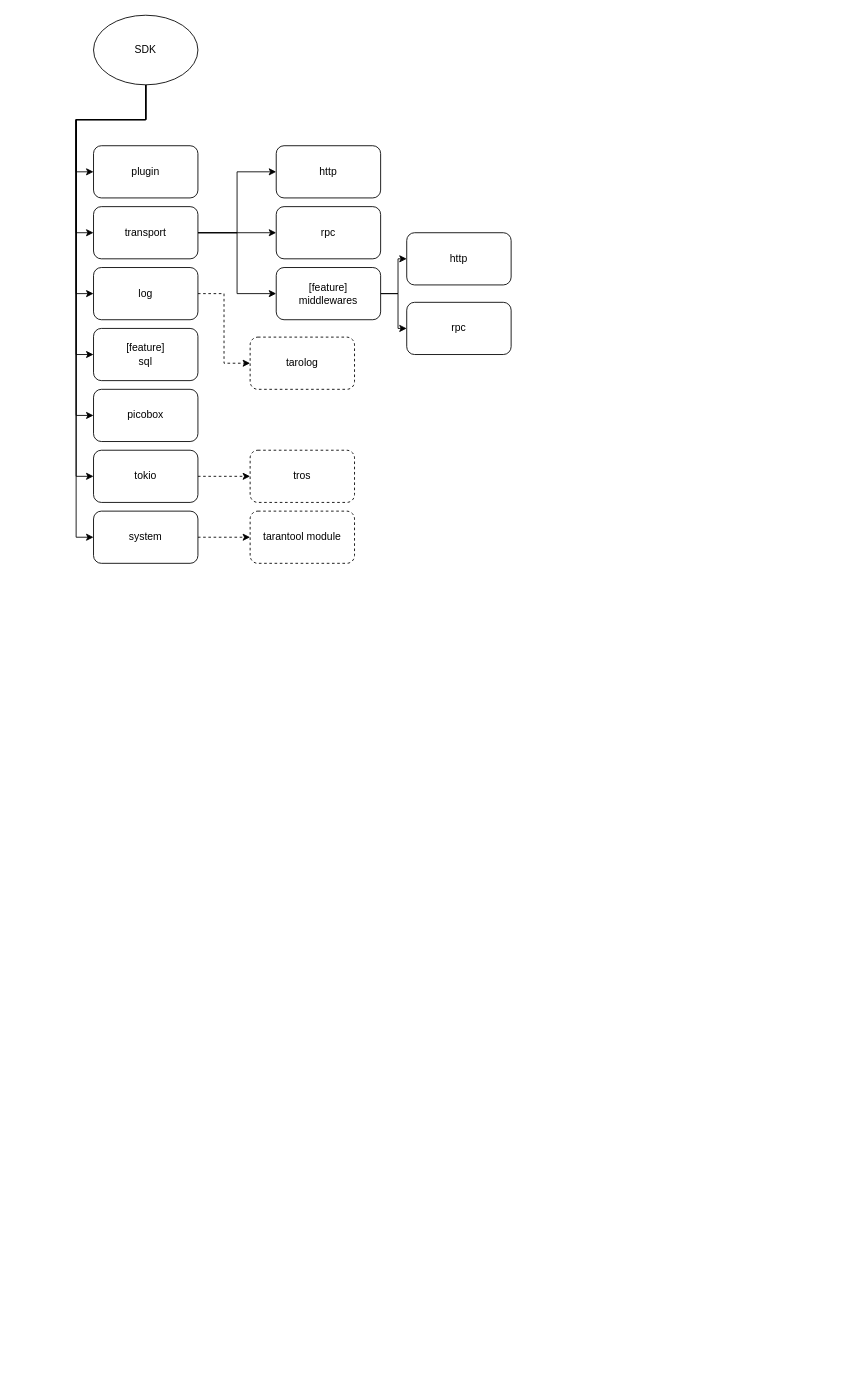
Before: picosdk.drawio in godzie44/drawio-dump, a draw.io diagram. Source tidied: cells renumbered, new cells numbered last; positions are measured from the earlier drawing's top-left corner, leaving out a move shared by most shapes. Both pictures are drawn from the tidied source at 87%, with x=0, y=0 at pixel (76, 15).
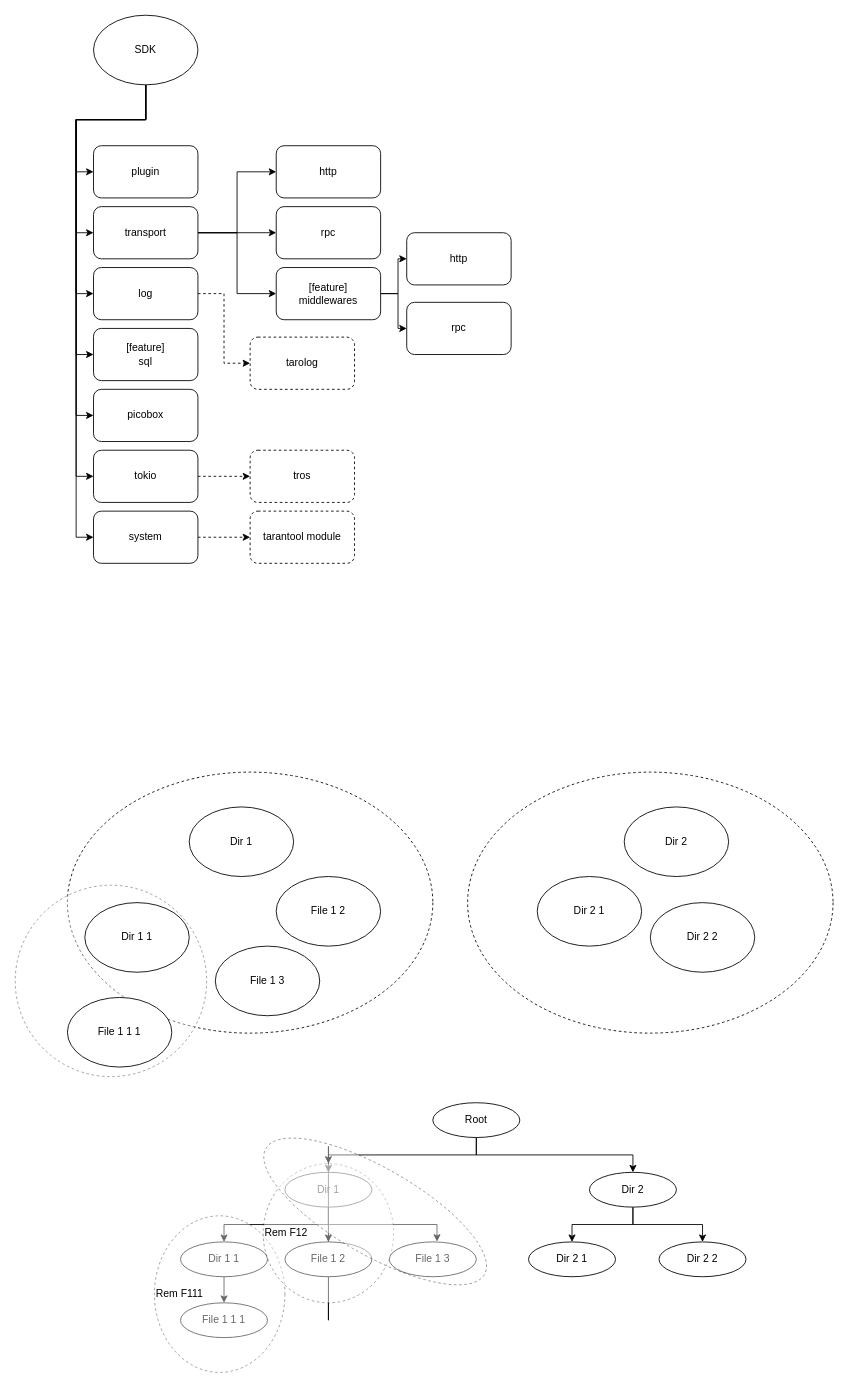
The same page after the edit.

What changed in the source:
```diff
@@
+    <mxCell id="33" style="ellipse;whiteSpace=wrap;html=1;fillColor=light-dark(#FFFFFF,var(--ge-dark-color, #121212));dashed=1;" parent="1" vertex="1">
+      <mxGeometry x="450" y="870" width="420" height="300" as="geometry" />
+    </mxCell>
+    <mxCell id="34" style="ellipse;whiteSpace=wrap;html=1;fillColor=light-dark(#FFFFFF,var(--ge-dark-color, #121212));dashed=1;" parent="1" vertex="1">
+      <mxGeometry x="-10" y="870" width="420" height="300" as="geometry" />
+    </mxCell>
+    <mxCell id="35" style="ellipse;whiteSpace=wrap;html=1;fillColor=light-dark(#FFFFFF,var(--ge-dark-color, #121212));dashed=1;opacity=40;" parent="1" vertex="1">
+      <mxGeometry x="-70" y="1000" width="220" height="220" as="geometry" />
+    </mxCell>
@@
+    <mxCell id="36" value="Dir 1" style="ellipse;whiteSpace=wrap;html=1;" parent="1" vertex="1">
+      <mxGeometry x="130" y="910" width="120" height="80" as="geometry" />
+    </mxCell>
+    <mxCell id="37" value="Dir 2" style="ellipse;whiteSpace=wrap;html=1;" parent="1" vertex="1">
+      <mxGeometry x="630" y="910" width="120" height="80" as="geometry" />
+    </mxCell>
+    <mxCell id="38" value="Dir 1 1" style="ellipse;whiteSpace=wrap;html=1;" parent="1" vertex="1">
+      <mxGeometry x="10" y="1020" width="120" height="80" as="geometry" />
+    </mxCell>
+    <mxCell id="39" value="File 1 2" style="ellipse;whiteSpace=wrap;html=1;" parent="1" vertex="1">
+      <mxGeometry x="230" y="990" width="120" height="80" as="geometry" />
+    </mxCell>
+    <mxCell id="40" value="File 1 3" style="ellipse;whiteSpace=wrap;html=1;" parent="1" vertex="1">
+      <mxGeometry x="160" y="1070" width="120" height="80" as="geometry" />
+    </mxCell>
+    <mxCell id="41" value="Dir 2 1" style="ellipse;whiteSpace=wrap;html=1;" parent="1" vertex="1">
+      <mxGeometry x="530" y="990" width="120" height="80" as="geometry" />
+    </mxCell>
+    <mxCell id="42" value="Dir 2 2" style="ellipse;whiteSpace=wrap;html=1;" parent="1" vertex="1">
+      <mxGeometry x="660" y="1020" width="120" height="80" as="geometry" />
+    </mxCell>
+    <mxCell id="43" value="File 1 1 1" style="ellipse;whiteSpace=wrap;html=1;" parent="1" vertex="1">
+      <mxGeometry x="-10" y="1129" width="120" height="80" as="geometry" />
+    </mxCell>
+    <mxCell id="44" style="edgeStyle=orthogonalEdgeStyle;rounded=0;jettySize=auto;html=1;exitX=0.5;exitY=1;exitDx=0;exitDy=0;" parent="1" edge="1" source="46" target="49">
+      <mxGeometry relative="1" as="geometry" />
+    </mxCell>
+    <mxCell id="45" style="edgeStyle=orthogonalEdgeStyle;rounded=0;jettySize=auto;html=1;exitX=0.5;exitY=1;exitDx=0;exitDy=0;entryX=0.5;entryY=0;entryDx=0;entryDy=0;" parent="1" edge="1" source="46" target="52">
+      <mxGeometry relative="1" as="geometry" />
+    </mxCell>
+    <mxCell id="46" value="Root" style="ellipse;whiteSpace=wrap;html=1;" parent="1" vertex="1">
+      <mxGeometry x="410" y="1250" width="100" height="40" as="geometry" />
+    </mxCell>
+    <mxCell id="47" style="edgeStyle=orthogonalEdgeStyle;rounded=0;jettySize=auto;html=1;exitX=0.5;exitY=1;exitDx=0;exitDy=0;" parent="1" edge="1" source="49" target="54">
+      <mxGeometry relative="1" as="geometry" />
+    </mxCell>
+    <mxCell id="48" style="edgeStyle=orthogonalEdgeStyle;rounded=0;jettySize=auto;html=1;exitX=0.5;exitY=1;exitDx=0;exitDy=0;entryX=0.5;entryY=0;entryDx=0;entryDy=0;" parent="1" edge="1" source="63" target="55">
+      <mxGeometry relative="1" as="geometry" />
+    </mxCell>
+    <mxCell id="49" value="Dir 1" style="ellipse;whiteSpace=wrap;html=1;" parent="1" vertex="1">
+      <mxGeometry x="240" y="1330" width="100" height="40" as="geometry" />
+    </mxCell>
+    <mxCell id="50" style="edgeStyle=orthogonalEdgeStyle;rounded=0;jettySize=auto;html=1;exitX=0.5;exitY=1;exitDx=0;exitDy=0;entryX=0.5;entryY=0;entryDx=0;entryDy=0;" parent="1" edge="1" source="52" target="57">
+      <mxGeometry relative="1" as="geometry" />
+    </mxCell>
+    <mxCell id="51" style="edgeStyle=orthogonalEdgeStyle;rounded=0;jettySize=auto;html=1;exitX=0.5;exitY=1;exitDx=0;exitDy=0;entryX=0.5;entryY=0;entryDx=0;entryDy=0;" parent="1" edge="1" source="52" target="58">
+      <mxGeometry relative="1" as="geometry" />
+    </mxCell>
+    <mxCell id="52" value="Dir 2" style="ellipse;whiteSpace=wrap;html=1;" parent="1" vertex="1">
+      <mxGeometry x="590" y="1330" width="100" height="40" as="geometry" />
+    </mxCell>
+    <mxCell id="53" style="edgeStyle=orthogonalEdgeStyle;rounded=0;jettySize=auto;html=1;exitX=0.5;exitY=1;exitDx=0;exitDy=0;entryX=0.5;entryY=0;entryDx=0;entryDy=0;" parent="1" edge="1" source="54" target="59">
+      <mxGeometry relative="1" as="geometry" />
+    </mxCell>
+    <mxCell id="54" value="Dir 1 1" style="ellipse;whiteSpace=wrap;html=1;" parent="1" vertex="1">
+      <mxGeometry x="120" y="1410" width="100" height="40" as="geometry" />
+    </mxCell>
+    <mxCell id="55" value="File 1 2" style="ellipse;whiteSpace=wrap;html=1;" parent="1" vertex="1">
+      <mxGeometry x="240" y="1410" width="100" height="40" as="geometry" />
+    </mxCell>
+    <mxCell id="56" value="File 1 3" style="ellipse;whiteSpace=wrap;html=1;" parent="1" vertex="1">
+      <mxGeometry x="360" y="1410" width="100" height="40" as="geometry" />
+    </mxCell>
+    <mxCell id="57" value="Dir 2 1" style="ellipse;whiteSpace=wrap;html=1;" parent="1" vertex="1">
+      <mxGeometry x="520" y="1410" width="100" height="40" as="geometry" />
+    </mxCell>
+    <mxCell id="58" value="Dir 2 2" style="ellipse;whiteSpace=wrap;html=1;" parent="1" vertex="1">
+      <mxGeometry x="670" y="1410" width="100" height="40" as="geometry" />
+    </mxCell>
+    <mxCell id="59" value="File 1 1 1" style="ellipse;whiteSpace=wrap;html=1;" parent="1" vertex="1">
+      <mxGeometry x="120" y="1480" width="100" height="40" as="geometry" />
+    </mxCell>
+    <mxCell id="60" style="edgeStyle=orthogonalEdgeStyle;rounded=0;jettySize=auto;html=1;exitX=0.5;exitY=1;exitDx=0;exitDy=0;entryX=0.548;entryY=-0.009;entryDx=0;entryDy=0;entryPerimeter=0;" parent="1" edge="1" source="49" target="56">
+      <mxGeometry relative="1" as="geometry" />
+    </mxCell>
+    <mxCell id="61" value="Rem F111" style="ellipse;whiteSpace=wrap;html=1;fillColor=light-dark(#FFFFFF,var(--ge-dark-color, #121212));dashed=1;opacity=40;align=left;" parent="1" vertex="1">
+      <mxGeometry x="90" y="1380" width="150" height="180" as="geometry" />
+    </mxCell>
+    <mxCell id="62" style="edgeStyle=orthogonalEdgeStyle;rounded=0;jettySize=auto;html=1;exitX=0.5;exitY=1;exitDx=0;exitDy=0;entryX=0.5;entryY=0;entryDx=0;entryDy=0;" parent="1" edge="1" source="49" target="63">
+      <mxGeometry relative="1" as="geometry" />
+    </mxCell>
+    <mxCell id="63" value="Rem F12" style="ellipse;whiteSpace=wrap;html=1;fillColor=light-dark(#FFFFFF,var(--ge-dark-color, #121212));dashed=1;opacity=40;align=left;" parent="1" vertex="1">
+      <mxGeometry x="215" y="1320" width="150" height="160" as="geometry" />
+    </mxCell>
+    <mxCell id="64" style="ellipse;whiteSpace=wrap;html=1;fillColor=light-dark(#FFFFFF,var(--ge-dark-color, #121212));dashed=1;opacity=40;align=left;rotation=-60;" parent="1" vertex="1">
+      <mxGeometry x="294" y="1230" width="99.4" height="290" as="geometry" />
+    </mxCell>
```
